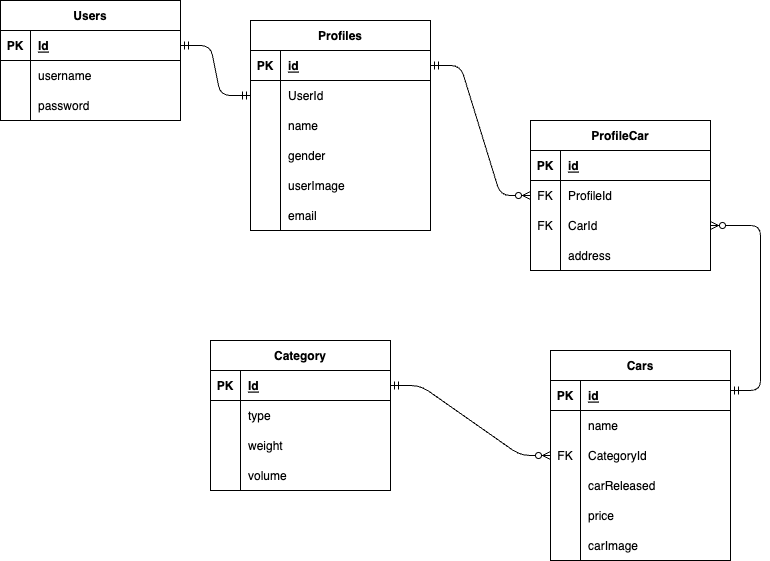
Earlier version of the draw.io export schema.drawio.png (galihadityam1/pairProject). Source tidied: cells renumbered, new cells last; positions are measured from the earlier drawing's top-left corner, leaving out a move shared by most shapes.
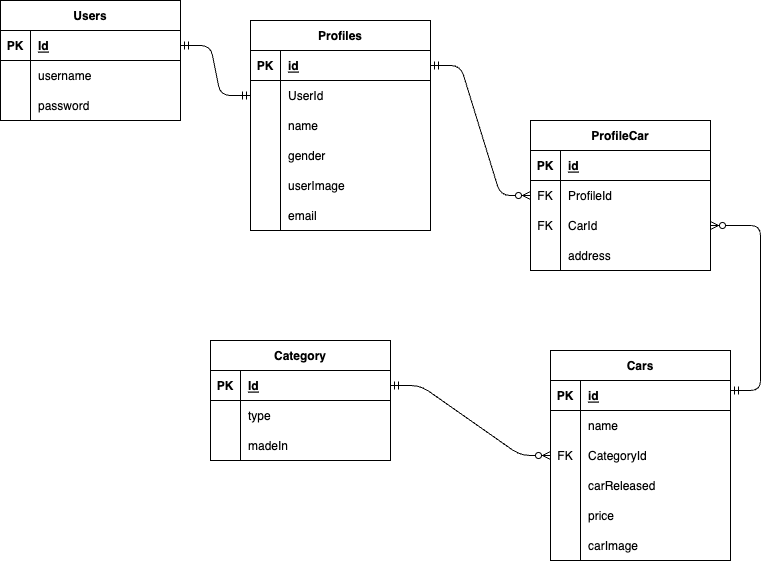
The same diagram one commit later.

Diff of the diagram source:
```diff
@@ -197,7 +197,7 @@
       <mxGeometry relative="1" as="geometry" />
     </mxCell>
     <mxCell id="66" value="Category" style="shape=table;startSize=30;rowLines=0;fontStyle=1;align=center;" parent="1" vertex="1">
-      <mxGeometry x="210" y="340" width="180" height="150" as="geometry" />
+      <mxGeometry x="210" y="340" width="180" height="120" as="geometry" />
     </mxCell>
     <mxCell id="67" style="shape=tableRow;horizontal=0;startSize=0;swimlaneHead=0;swimlaneBody=0;fillColor=none;points=[[0,0.5],[1,0.5]];portConstraint=eastwest;top=0;left=0;right=0;bottom=1;" parent="66" vertex="1">
       <mxGeometry y="30" width="180" height="30" as="geometry" />
@@ -223,18 +223,9 @@
     <mxCell id="74" style="shape=partialRectangle;fillColor=none;top=0;left=0;bottom=0;right=0;overflow=hidden;" parent="73" vertex="1">
       <mxGeometry width="30" height="30" as="geometry" />
     </mxCell>
-    <mxCell id="75" value="weight" style="shape=partialRectangle;fillColor=none;top=0;left=0;bottom=0;right=0;align=left;spacingLeft=6;overflow=hidden;" parent="73" vertex="1">
+    <mxCell id="75" value="madeIn" style="shape=partialRectangle;fillColor=none;top=0;left=0;bottom=0;right=0;align=left;spacingLeft=6;overflow=hidden;" parent="73" vertex="1">
       <mxGeometry x="30" width="150" height="30" as="geometry" />
     </mxCell>
-    <mxCell id="76" style="shape=tableRow;horizontal=0;startSize=0;swimlaneHead=0;swimlaneBody=0;fillColor=none;top=0;left=0;right=0;bottom=0;" parent="66" vertex="1">
-      <mxGeometry y="120" width="180" height="30" as="geometry" />
-    </mxCell>
-    <mxCell id="77" style="shape=partialRectangle;fillColor=none;top=0;left=0;bottom=0;right=0;overflow=hidden;" parent="76" vertex="1">
-      <mxGeometry width="30" height="30" as="geometry" />
-    </mxCell>
-    <mxCell id="78" value="volume" style="shape=partialRectangle;fillColor=none;top=0;left=0;bottom=0;right=0;align=left;spacingLeft=6;overflow=hidden;" parent="76" vertex="1">
-      <mxGeometry x="30" width="150" height="30" as="geometry" />
-    </mxCell>
     <mxCell id="79" style="edgeStyle=entityRelationEdgeStyle;fontSize=12;html=1;endArrow=ERzeroToMany;startArrow=ERmandOne;exitX=1;exitY=0.5;exitDx=0;exitDy=0;entryX=0;entryY=0.5;entryDx=0;entryDy=0;" parent="1" edge="1" source="67" target="28">
       <mxGeometry relative="1" as="geometry" />
     </mxCell>
```
